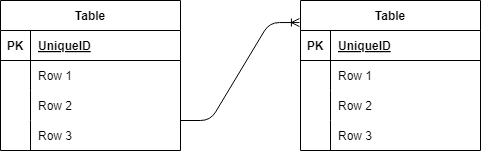
This is ER.drawio.png from yuusukejinba/jinba-tuiki, a draw.io export, as it was before one commit. Source tidied: cells renumbered, new cells last; positions are measured from the earlier drawing's top-left corner, leaving out a move shared by most shapes.
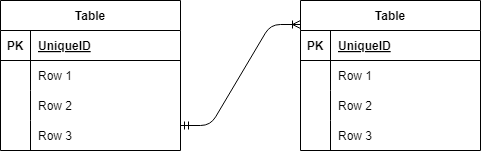
Later version of the same file.

Commit message:
リモートリポジトリの変更

Change to the diagram source:
```diff
@@ -80,10 +80,11 @@
     <mxCell id="27" value="Row 3" style="shape=partialRectangle;fillColor=none;top=0;left=0;bottom=0;right=0;align=left;spacingLeft=6;overflow=hidden;" parent="25" vertex="1">
       <mxGeometry x="30" width="150" height="30" as="geometry" />
     </mxCell>
-    <mxCell id="28" style="edgeStyle=entityRelationEdgeStyle;fontSize=12;html=1;endArrow=ERoneToMany;entryX=-0.006;entryY=0.147;entryDx=0;entryDy=0;entryPerimeter=0;" parent="1" edge="1" target="15">
-      <mxGeometry relative="1" as="geometry">
-        <mxPoint x="180" y="120" as="sourcePoint" />
-      </mxGeometry>
-    </mxCell>
+    <mxCell id="29" style="edgeStyle=entityRelationEdgeStyle;fontSize=12;html=1;endArrow=ERoneToMany;startArrow=ERmandOne;" parent="1" edge="1">
+      <mxGeometry relative="1" as="geometry">
+        <mxPoint x="180" y="125" as="sourcePoint" />
+        <mxPoint x="300" y="24" as="targetPoint" />
+      </mxGeometry>
+    </mxCell>
   </root>
 </mxGraphModel>
```
